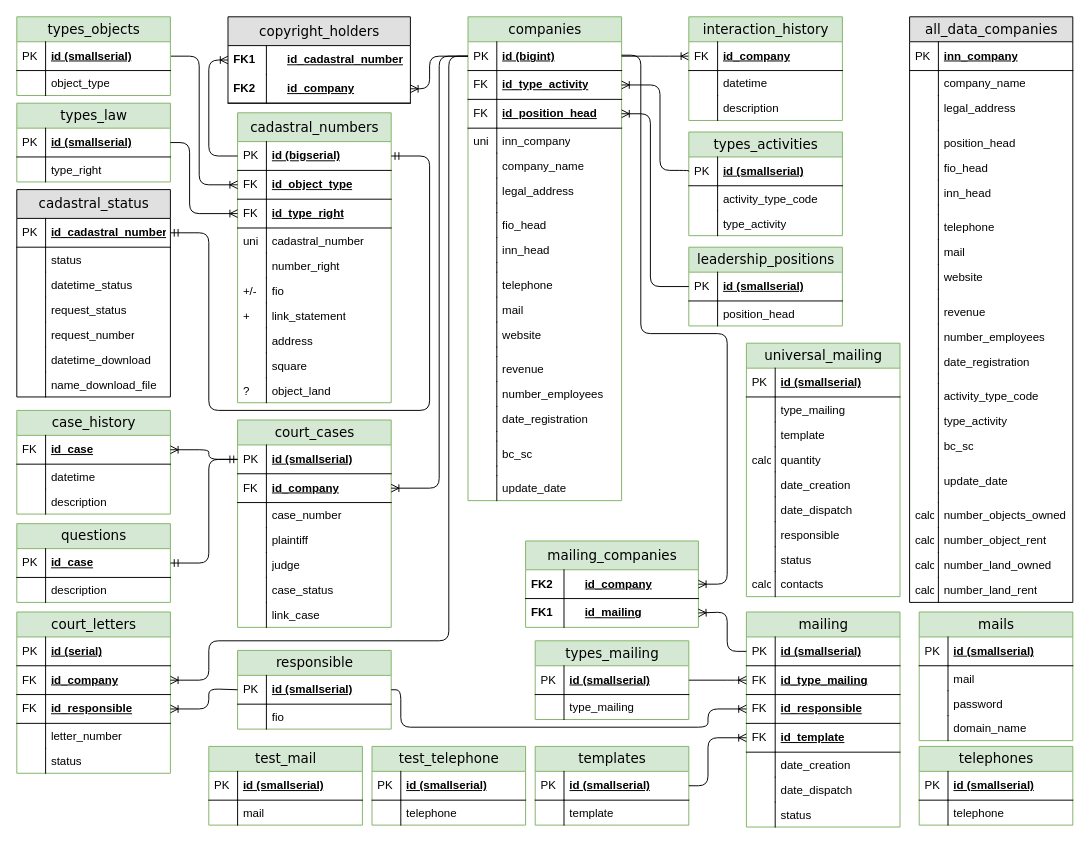
Earlier version of the draw.io diagram Диаграмма без названия.drawio (meadowse/factorial). Source tidied: cells renumbered, new cells numbered last; positions are measured from the earlier drawing's top-left corner, leaving out a move shared by most shapes. Both pictures are drawn from the tidied source at 96%, with x=0, y=0 at pixel (16, 16).
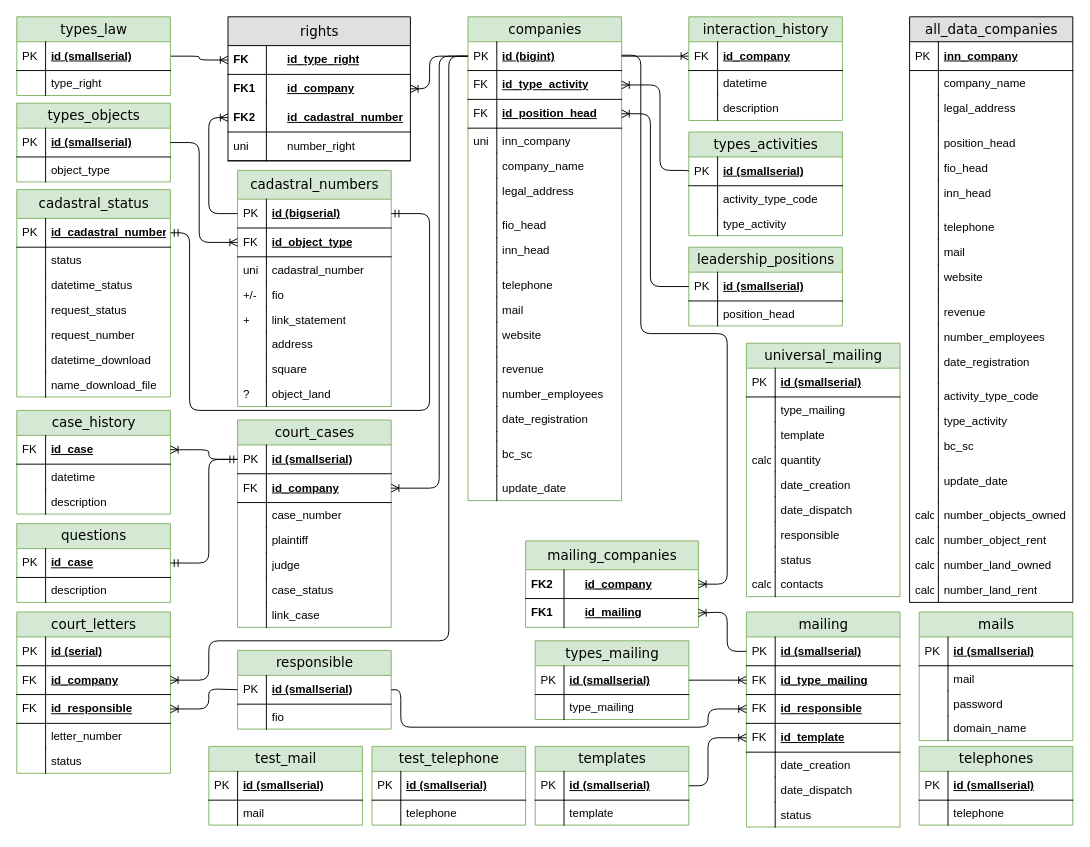
The same page after the edit.

Unchanged cells that the change refers to:
```xml
<mxCell id="8" value="id (bigint)" style="shape=partialRectangle;top=0;left=0;right=0;bottom=1;html=1;align=left;verticalAlign=middle;fillColor=none;spacingLeft=34;spacingRight=4;whiteSpace=wrap;overflow=hidden;points=[[0,0.5],[1,0.5]];portConstraint=eastwest;fontStyle=5;" parent="7" vertex="1">
  <mxGeometry y="26" width="160" height="30" as="geometry" />
</mxCell>
<mxCell id="67" value="id (bigserial)" style="shape=partialRectangle;top=0;left=0;right=0;bottom=1;html=1;align=left;verticalAlign=middle;fillColor=none;spacingLeft=34;spacingRight=4;whiteSpace=wrap;overflow=hidden;points=[[0,0.5],[1,0.5]];portConstraint=eastwest;fontStyle=5;" parent="66" vertex="1">
  <mxGeometry y="30" width="160" height="30" as="geometry" />
</mxCell>
<mxCell id="69" value="id_object_type" style="shape=partialRectangle;top=0;left=0;right=0;bottom=1;html=1;align=left;verticalAlign=middle;fillColor=none;spacingLeft=34;spacingRight=4;whiteSpace=wrap;overflow=hidden;points=[[0,0.5],[1,0.5]];portConstraint=eastwest;fontStyle=5;" parent="66" vertex="1">
  <mxGeometry y="60" width="160" height="30" as="geometry" />
</mxCell>
<mxCell id="150" value="id (smallserial)" style="shape=partialRectangle;top=0;left=0;right=0;bottom=1;html=1;align=left;verticalAlign=middle;fillColor=none;spacingLeft=34;spacingRight=4;whiteSpace=wrap;overflow=hidden;points=[[0,0.5],[1,0.5]];portConstraint=eastwest;fontStyle=5;" parent="149" vertex="1">
  <mxGeometry y="26" width="160" height="30" as="geometry" />
</mxCell>
<mxCell id="155" value="id (smallserial)" style="shape=partialRectangle;top=0;left=0;right=0;bottom=1;html=1;align=left;verticalAlign=middle;fillColor=none;spacingLeft=34;spacingRight=4;whiteSpace=wrap;overflow=hidden;points=[[0,0.5],[1,0.5]];portConstraint=eastwest;fontStyle=5;" parent="154" vertex="1">
  <mxGeometry y="26" width="160" height="30" as="geometry" />
</mxCell>
<mxCell id="161" value="id_cadastral_number" style="shape=partialRectangle;top=0;left=0;right=0;bottom=1;html=1;align=left;verticalAlign=middle;fillColor=none;spacingLeft=34;spacingRight=4;whiteSpace=wrap;overflow=hidden;points=[[0,0.5],[1,0.5]];portConstraint=eastwest;fontStyle=5;" parent="160" vertex="1">
  <mxGeometry y="30" width="160" height="30" as="geometry" />
</mxCell>
```

The edit, as a diff of the source:
```diff
@@
-    <mxCell id="2" value="copyright_holders" style="swimlane;html=1;fontStyle=0;horizontal=1;startSize=30;fillColor=#e0e0e0;swimlaneFillColor=#ffffff;align=center;rounded=0;shadow=0;comic=0;labelBackgroundColor=none;strokeWidth=1;fontFamily=Verdana;fontSize=14;" parent="1" vertex="1">
-      <mxGeometry x="220" width="190" height="90" as="geometry" />
+    <mxCell id="2" value="rights" style="swimlane;html=1;fontStyle=0;horizontal=1;startSize=30;fillColor=#e0e0e0;swimlaneFillColor=#ffffff;align=center;rounded=0;shadow=0;comic=0;labelBackgroundColor=none;strokeWidth=1;fontFamily=Verdana;fontSize=14;" parent="1" vertex="1">
+      <mxGeometry x="220" width="190" height="150" as="geometry" />
     </mxCell>
+    <mxCell id="71" value="id_type_right" style="shape=partialRectangle;top=0;left=0;right=0;bottom=1;html=1;align=left;verticalAlign=middle;fillColor=none;spacingLeft=60;spacingRight=4;whiteSpace=wrap;overflow=hidden;points=[[0,0.5],[1,0.5]];portConstraint=eastwest;fontStyle=5;" parent="2" vertex="1">
+      <mxGeometry y="30" width="190" height="30" as="geometry" />
+    </mxCell>
+    <mxCell id="72" value="FK" style="shape=partialRectangle;fontStyle=1;top=0;left=0;bottom=0;html=1;fillColor=none;align=left;verticalAlign=middle;spacingLeft=4;spacingRight=4;whiteSpace=wrap;overflow=hidden;" parent="71" vertex="1">
+      <mxGeometry width="40" height="30" as="geometry" />
+    </mxCell>
-    <mxCell id="3" value="id_cadastral_number" style="shape=partialRectangle;top=0;left=0;right=0;bottom=0;html=1;align=left;verticalAlign=middle;fillColor=none;spacingLeft=60;spacingRight=4;whiteSpace=wrap;overflow=hidden;points=[[0,0.5],[1,0.5]];portConstraint=eastwest;fontStyle=5;" parent="2" vertex="1">
-      <mxGeometry y="30" width="190" height="30" as="geometry" />
+    <mxCell id="3" value="id_company" style="shape=partialRectangle;top=0;left=0;right=0;bottom=0;html=1;align=left;verticalAlign=middle;fillColor=none;spacingLeft=60;spacingRight=4;whiteSpace=wrap;overflow=hidden;points=[[0,0.5],[1,0.5]];portConstraint=eastwest;fontStyle=5;" parent="2" vertex="1">
+      <mxGeometry y="60" width="190" height="30" as="geometry" />
     </mxCell>
@@
-    <mxCell id="5" value="id_company" style="shape=partialRectangle;top=0;left=0;right=0;bottom=1;html=1;align=left;verticalAlign=middle;fillColor=none;spacingLeft=60;spacingRight=4;whiteSpace=wrap;overflow=hidden;points=[[0,0.5],[1,0.5]];portConstraint=eastwest;fontStyle=5;" parent="2" vertex="1">
-      <mxGeometry y="60" width="190" height="30" as="geometry" />
+    <mxCell id="5" value="id_cadastral_number" style="shape=partialRectangle;top=0;left=0;right=0;bottom=1;html=1;align=left;verticalAlign=middle;fillColor=none;spacingLeft=60;spacingRight=4;whiteSpace=wrap;overflow=hidden;points=[[0,0.5],[1,0.5]];portConstraint=eastwest;fontStyle=5;" parent="2" vertex="1">
+      <mxGeometry y="90" width="190" height="30" as="geometry" />
     </mxCell>
@@
+    <mxCell id="75" value="number_right" style="shape=partialRectangle;top=0;left=0;right=0;bottom=1;html=1;align=left;verticalAlign=middle;fillColor=none;spacingLeft=60;spacingRight=4;whiteSpace=wrap;overflow=hidden;fontStyle=0;" parent="2" vertex="1">
+      <mxGeometry y="120" width="190" height="30" as="geometry" />
+    </mxCell>
+    <mxCell id="302" value="uni" style="shape=partialRectangle;fontStyle=0;top=0;left=0;bottom=0;html=1;fillColor=none;align=left;verticalAlign=middle;spacingLeft=4;spacingRight=4;whiteSpace=wrap;overflow=hidden;" parent="75" vertex="1">
+      <mxGeometry width="40" height="30" as="geometry" />
+    </mxCell>
@@
-    <mxCell id="64" style="edgeStyle=orthogonalEdgeStyle;html=1;endArrow=none;startArrow=ERoneToMany;labelBackgroundColor=none;fontFamily=Verdana;fontSize=14;exitX=1;exitY=0.5;exitDx=0;exitDy=0;entryX=0;entryY=0.5;entryDx=0;entryDy=0;endFill=0;startFill=0;" parent="1" edge="1" source="5" target="8">
+    <mxCell id="64" style="edgeStyle=orthogonalEdgeStyle;html=1;endArrow=none;startArrow=ERoneToMany;labelBackgroundColor=none;fontFamily=Verdana;fontSize=14;exitX=1;exitY=0.5;exitDx=0;exitDy=0;entryX=0;entryY=0.5;entryDx=0;entryDy=0;endFill=0;startFill=0;" parent="1" edge="1" source="3" target="8">
       <mxGeometry relative="1" as="geometry">
         <Array as="points">
           <mxPoint x="430" y="75" />
           <mxPoint x="430" y="41" />
         </Array>
       </mxGeometry>
     </mxCell>
@@
     <mxCell id="66" value="cadastral_numbers" style="swimlane;html=1;fontStyle=0;horizontal=1;startSize=30;fillColor=#d5e8d4;swimlaneFillColor=#ffffff;align=center;rounded=0;shadow=0;comic=0;labelBackgroundColor=none;strokeWidth=1;fontFamily=Verdana;fontSize=14;strokeColor=#82b366;" parent="1" vertex="1">
-      <mxGeometry x="230" y="100" width="160" height="302" as="geometry" />
+      <mxGeometry x="230" y="160" width="160" height="246" as="geometry" />
     </mxCell>
@@
-    <mxCell id="71" value="id_type_right" style="shape=partialRectangle;top=0;left=0;right=0;bottom=1;html=1;align=left;verticalAlign=middle;fillColor=none;spacingLeft=34;spacingRight=4;whiteSpace=wrap;overflow=hidden;points=[[0,0.5],[1,0.5]];portConstraint=eastwest;fontStyle=5;" parent="66" vertex="1">
-      <mxGeometry y="90" width="160" height="30" as="geometry" />
-    </mxCell>
-    <mxCell id="72" value="FK" style="shape=partialRectangle;top=0;left=0;bottom=0;html=1;fillColor=none;align=left;verticalAlign=middle;spacingLeft=4;spacingRight=4;whiteSpace=wrap;overflow=hidden;" parent="71" vertex="1">
-      <mxGeometry width="30" height="30" as="geometry" />
-    </mxCell>
     <mxCell id="73" value="cadastral_number" style="shape=partialRectangle;top=0;left=0;right=0;bottom=0;html=1;align=left;verticalAlign=top;fillColor=none;spacingLeft=34;spacingRight=4;whiteSpace=wrap;overflow=hidden;" parent="66" vertex="1">
-      <mxGeometry y="120" width="160" height="26" as="geometry" />
+      <mxGeometry y="90" width="160" height="26" as="geometry" />
     </mxCell>
@@
-    <mxCell id="75" value="number_right" style="shape=partialRectangle;top=0;left=0;right=0;bottom=0;html=1;align=left;verticalAlign=top;fillColor=none;spacingLeft=34;spacingRight=4;whiteSpace=wrap;overflow=hidden;" parent="66" vertex="1">
-      <mxGeometry y="146" width="160" height="26" as="geometry" />
-    </mxCell>
-    <mxCell id="76" style="shape=partialRectangle;top=0;left=0;bottom=0;html=1;fillColor=none;align=left;verticalAlign=top;spacingLeft=4;spacingRight=4;whiteSpace=wrap;overflow=hidden;" parent="75" vertex="1">
-      <mxGeometry width="30" height="26" as="geometry" />
-    </mxCell>
     <mxCell id="77" value="fio" style="shape=partialRectangle;top=0;left=0;right=0;bottom=0;html=1;align=left;verticalAlign=top;fillColor=none;spacingLeft=34;spacingRight=4;whiteSpace=wrap;overflow=hidden;" parent="66" vertex="1">
-      <mxGeometry y="172" width="160" height="26" as="geometry" />
+      <mxGeometry y="116" width="160" height="26" as="geometry" />
     </mxCell>
@@
     <mxCell id="79" value="link_statement" style="shape=partialRectangle;top=0;left=0;right=0;bottom=0;html=1;align=left;verticalAlign=top;fillColor=none;spacingLeft=34;spacingRight=4;whiteSpace=wrap;overflow=hidden;" parent="66" vertex="1">
-      <mxGeometry y="198" width="160" height="26" as="geometry" />
+      <mxGeometry y="142" width="160" height="26" as="geometry" />
     </mxCell>
@@
     <mxCell id="81" value="address" style="shape=partialRectangle;top=0;left=0;right=0;bottom=0;html=1;align=left;verticalAlign=top;fillColor=none;spacingLeft=34;spacingRight=4;whiteSpace=wrap;overflow=hidden;" parent="66" vertex="1">
-      <mxGeometry y="224" width="160" height="26" as="geometry" />
+      <mxGeometry y="168" width="160" height="26" as="geometry" />
     </mxCell>
@@
     <mxCell id="83" value="square" style="shape=partialRectangle;top=0;left=0;right=0;bottom=0;html=1;align=left;verticalAlign=top;fillColor=none;spacingLeft=34;spacingRight=4;whiteSpace=wrap;overflow=hidden;" parent="66" vertex="1">
-      <mxGeometry y="250" width="160" height="26" as="geometry" />
+      <mxGeometry y="194" width="160" height="26" as="geometry" />
     </mxCell>
@@
     <mxCell id="85" value="object_land" style="shape=partialRectangle;top=0;left=0;right=0;bottom=0;html=1;align=left;verticalAlign=top;fillColor=none;spacingLeft=34;spacingRight=4;whiteSpace=wrap;overflow=hidden;" parent="66" vertex="1">
-      <mxGeometry y="276" width="160" height="26" as="geometry" />
+      <mxGeometry y="220" width="160" height="26" as="geometry" />
     </mxCell>
@@
-    <mxCell id="87" style="edgeStyle=orthogonalEdgeStyle;html=1;endArrow=ERoneToMany;endFill=0;labelBackgroundColor=none;fontFamily=Verdana;fontSize=14;entryX=0;entryY=0.5;entryDx=0;entryDy=0;exitX=0;exitY=0.5;exitDx=0;exitDy=0;" parent="1" edge="1" source="67" target="3">
+    <mxCell id="87" style="edgeStyle=orthogonalEdgeStyle;html=1;endArrow=ERoneToMany;endFill=0;labelBackgroundColor=none;fontFamily=Verdana;fontSize=14;entryX=0;entryY=0.5;entryDx=0;entryDy=0;exitX=0;exitY=0.5;exitDx=0;exitDy=0;" parent="1" edge="1" source="67" target="5">
       <mxGeometry relative="1" as="geometry">
         <Array as="points">
-          <mxPoint x="200" y="145" />
-          <mxPoint x="200" y="45" />
+          <mxPoint x="200" y="205" />
+          <mxPoint x="200" y="105" />
         </Array>
       </mxGeometry>
     </mxCell>
-    <mxCell id="88" style="edgeStyle=orthogonalEdgeStyle;html=1;endArrow=none;endFill=0;labelBackgroundColor=none;fontFamily=Verdana;fontSize=14;entryX=1;entryY=0.5;entryDx=0;entryDy=0;exitX=0;exitY=0.5;exitDx=0;exitDy=0;startArrow=ERoneToMany;startFill=0;" parent="1" edge="1" source="69" target="150">
+    <mxCell id="88" style="edgeStyle=orthogonalEdgeStyle;html=1;endArrow=none;endFill=0;labelBackgroundColor=none;fontFamily=Verdana;fontSize=14;entryX=1;entryY=0.5;entryDx=0;entryDy=0;exitX=0;exitY=0.5;exitDx=0;exitDy=0;startArrow=ERoneToMany;startFill=0;" parent="1" edge="1" source="71" target="155">
       <mxGeometry relative="1" as="geometry">
         <Array as="points">
-          <mxPoint x="190" y="175" />
+          <mxPoint x="190" y="45" />
           <mxPoint x="190" y="41" />
         </Array>
       </mxGeometry>
     </mxCell>
@@
     <mxCell id="149" value="types_objects" style="swimlane;html=1;fontStyle=0;horizontal=1;startSize=26;fillColor=#d5e8d4;swimlaneFillColor=#ffffff;align=center;rounded=0;shadow=0;comic=0;labelBackgroundColor=none;strokeWidth=1;fontFamily=Verdana;fontSize=14;strokeColor=#82b366;" parent="1" vertex="1">
-      <mxGeometry width="160" height="82" as="geometry" />
+      <mxGeometry y="90" width="160" height="82" as="geometry" />
     </mxCell>
@@
     <mxCell id="154" value="types_law" style="swimlane;html=1;fontStyle=0;horizontal=1;startSize=26;fillColor=#d5e8d4;swimlaneFillColor=#ffffff;align=center;rounded=0;shadow=0;comic=0;labelBackgroundColor=none;strokeWidth=1;fontFamily=Verdana;fontSize=14;strokeColor=#82b366;" parent="1" vertex="1">
-      <mxGeometry y="90" width="160" height="82" as="geometry" />
+      <mxGeometry width="160" height="82" as="geometry" />
     </mxCell>
@@
-    <mxCell id="159" style="edgeStyle=orthogonalEdgeStyle;html=1;endArrow=none;endFill=0;labelBackgroundColor=none;fontFamily=Verdana;fontSize=14;entryX=1;entryY=0.5;entryDx=0;entryDy=0;exitX=0;exitY=0.5;exitDx=0;exitDy=0;startArrow=ERoneToMany;startFill=0;" parent="1" edge="1" source="71" target="155">
+    <mxCell id="159" style="edgeStyle=orthogonalEdgeStyle;html=1;endArrow=none;endFill=0;labelBackgroundColor=none;fontFamily=Verdana;fontSize=14;entryX=1;entryY=0.5;entryDx=0;entryDy=0;exitX=0;exitY=0.5;exitDx=0;exitDy=0;startArrow=ERoneToMany;startFill=0;" parent="1" edge="1" source="69" target="150">
       <mxGeometry relative="1" as="geometry">
         <Array as="points">
-          <mxPoint x="180" y="205" />
-          <mxPoint x="180" y="131" />
+          <mxPoint x="190" y="235" />
+          <mxPoint x="190" y="131" />
         </Array>
       </mxGeometry>
     </mxCell>
-    <mxCell id="160" value="cadastral_status" style="swimlane;html=1;fontStyle=0;horizontal=1;startSize=30;fillColor=#e0e0e0;swimlaneFillColor=#ffffff;align=center;rounded=0;shadow=0;comic=0;labelBackgroundColor=none;strokeWidth=1;fontFamily=Verdana;fontSize=14;" parent="1" vertex="1">
+    <mxCell id="160" value="cadastral_status" style="swimlane;html=1;fontStyle=0;horizontal=1;startSize=30;fillColor=#d5e8d4;swimlaneFillColor=#ffffff;align=center;rounded=0;shadow=0;comic=0;labelBackgroundColor=none;strokeWidth=1;fontFamily=Verdana;fontSize=14;strokeColor=#82b366;" parent="1" vertex="1">
       <mxGeometry y="180" width="160" height="216" as="geometry" />
     </mxCell>
@@
     <mxCell id="175" style="edgeStyle=orthogonalEdgeStyle;html=1;endArrow=ERmandOne;endFill=0;labelBackgroundColor=none;fontFamily=Verdana;fontSize=14;entryX=1;entryY=0.5;entryDx=0;entryDy=0;exitX=1;exitY=0.5;exitDx=0;exitDy=0;startArrow=ERmandOne;startFill=0;" parent="1" edge="1" source="67" target="161">
       <mxGeometry relative="1" as="geometry">
         <Array as="points">
-          <mxPoint x="430" y="145" />
+          <mxPoint x="430" y="205" />
           <mxPoint x="430" y="410" />
-          <mxPoint x="200" y="410" />
-          <mxPoint x="200" y="225" />
+          <mxPoint x="180" y="410" />
+          <mxPoint x="180" y="225" />
         </Array>
       </mxGeometry>
     </mxCell>
```
